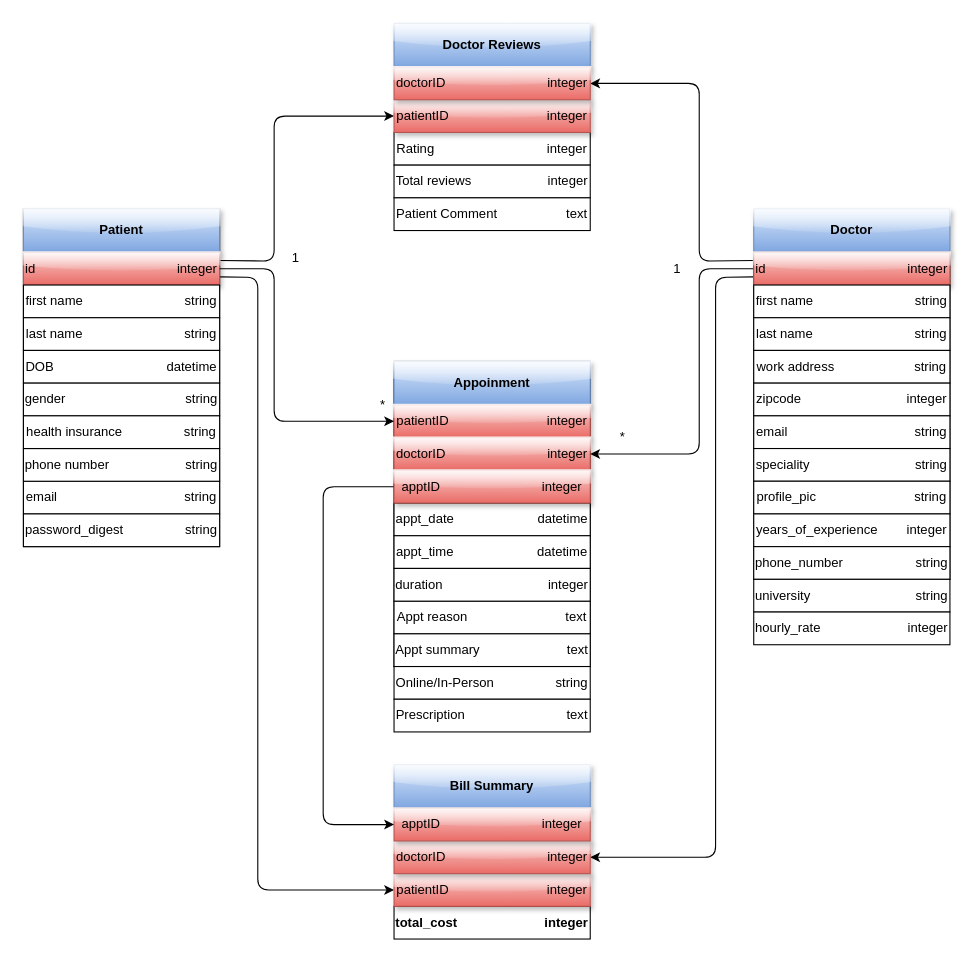
Above: achitecture.drawio in kgicheha/virtual-care (draw.io), before the change. Source tidied: cells renumbered, new cells numbered last; positions are measured from the earlier drawing's top-left corner, leaving out a move shared by most shapes. Both pictures are drawn from the tidied source at 109%, with x=0, y=0 at pixel (23, 23).
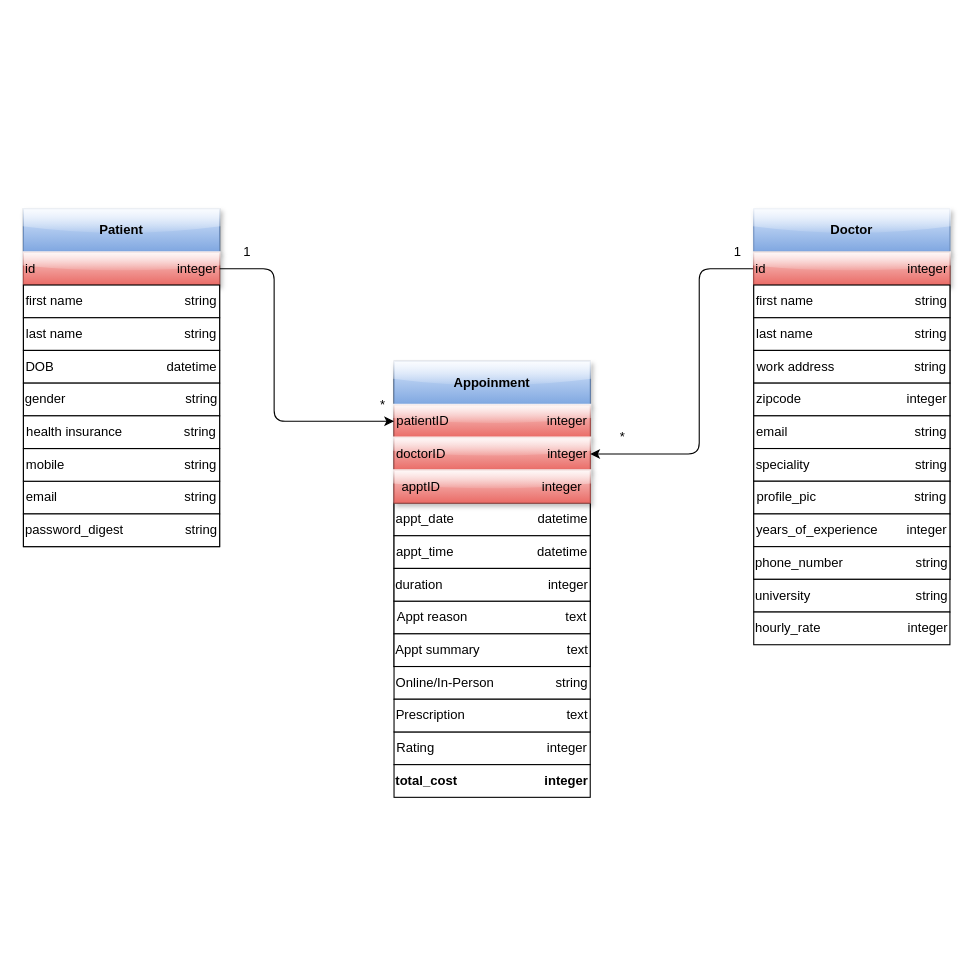
The same page after the edit.

Unchanged cells that the change refers to:
```xml
<mxCell id="6" value="id&amp;nbsp; &amp;nbsp; &amp;nbsp; &amp;nbsp; &amp;nbsp; &amp;nbsp; &amp;nbsp; &amp;nbsp; &amp;nbsp; &amp;nbsp; &amp;nbsp; &amp;nbsp; &amp;nbsp; &amp;nbsp; &amp;nbsp; &amp;nbsp; &amp;nbsp; &amp;nbsp; &amp;nbsp; &amp;nbsp;integer" style="rounded=0;whiteSpace=wrap;html=1;color;red;" parent="1" vertex="1">
  <mxGeometry y="210" width="180" height="30" as="geometry" />
</mxCell>
<mxCell id="25" value="id&amp;nbsp; &amp;nbsp; &amp;nbsp; &amp;nbsp; &amp;nbsp; &amp;nbsp; &amp;nbsp; &amp;nbsp; &amp;nbsp; &amp;nbsp; &amp;nbsp; &amp;nbsp; &amp;nbsp; &amp;nbsp; &amp;nbsp; &amp;nbsp; &amp;nbsp; &amp;nbsp; &amp;nbsp; &amp;nbsp;integer" style="rounded=0;whiteSpace=wrap;html=1;color;red;" parent="1" vertex="1">
  <mxGeometry x="670" y="210" width="180" height="30" as="geometry" />
</mxCell>
<mxCell id="60" value="apptID&amp;nbsp; &amp;nbsp; &amp;nbsp; &amp;nbsp; &amp;nbsp; &amp;nbsp; &amp;nbsp; &amp;nbsp; &amp;nbsp; &amp;nbsp; &amp;nbsp; &amp;nbsp; &amp;nbsp; &amp;nbsp; integer" style="rounded=0;whiteSpace=wrap;html=1;color;red;" parent="1" vertex="1">
  <mxGeometry x="340" y="410" width="180" height="30" as="geometry" />
</mxCell>
```

Diff of the diagram source:
```diff
@@
-    <mxCell id="4" style="edgeStyle=none;html=1;exitX=1;exitY=0.25;exitDx=0;exitDy=0;entryX=0;entryY=0.5;entryDx=0;entryDy=0;" parent="1" edge="1" source="6" target="51">
-      <mxGeometry relative="1" as="geometry">
-        <Array as="points">
-          <mxPoint x="230" y="218" />
-          <mxPoint x="230" y="85" />
-        </Array>
-      </mxGeometry>
-    </mxCell>
-    <mxCell id="5" style="edgeStyle=none;html=1;exitX=1;exitY=0.75;exitDx=0;exitDy=0;entryX=0;entryY=0.5;entryDx=0;entryDy=0;" parent="1" edge="1" source="6" target="56">
-      <mxGeometry relative="1" as="geometry">
-        <Array as="points">
-          <mxPoint x="215" y="233" />
-          <mxPoint x="215" y="795" />
-        </Array>
-      </mxGeometry>
-    </mxCell>
@@
-    <mxCell id="23" style="edgeStyle=none;html=1;exitX=0;exitY=0.25;exitDx=0;exitDy=0;entryX=1;entryY=0.5;entryDx=0;entryDy=0;" parent="1" edge="1" source="25" target="52">
-      <mxGeometry relative="1" as="geometry">
-        <Array as="points">
-          <mxPoint x="620" y="218" />
-          <mxPoint x="620" y="55" />
-        </Array>
-      </mxGeometry>
-    </mxCell>
-    <mxCell id="24" style="edgeStyle=none;html=1;exitX=0;exitY=0.75;exitDx=0;exitDy=0;entryX=1;entryY=0.5;entryDx=0;entryDy=0;" parent="1" edge="1" source="25" target="57">
-      <mxGeometry relative="1" as="geometry">
-        <Array as="points">
-          <mxPoint x="635" y="233" />
-          <mxPoint x="635" y="765" />
-        </Array>
-      </mxGeometry>
-    </mxCell>
@@
     <mxCell id="35" value="Rating&amp;nbsp; &amp;nbsp; &amp;nbsp; &amp;nbsp; &amp;nbsp; &amp;nbsp; &amp;nbsp; &amp;nbsp; &amp;nbsp; &amp;nbsp; &amp;nbsp; &amp;nbsp; &amp;nbsp; &amp;nbsp; &amp;nbsp; &amp;nbsp;integer" style="rounded=0;whiteSpace=wrap;html=1;" parent="1" vertex="1">
-      <mxGeometry x="340" y="100" width="180" height="30" as="geometry" />
+      <mxGeometry x="340" y="650" width="180" height="30" as="geometry" />
     </mxCell>
@@
-    <mxCell id="37" value="phone number&amp;nbsp; &amp;nbsp; &amp;nbsp; &amp;nbsp; &amp;nbsp; &amp;nbsp; &amp;nbsp; &amp;nbsp; &amp;nbsp; &amp;nbsp; &amp;nbsp;string" style="rounded=0;whiteSpace=wrap;html=1;" parent="1" vertex="1">
+    <mxCell id="37" value="mobile&amp;nbsp; &amp;nbsp; &amp;nbsp; &amp;nbsp; &amp;nbsp; &amp;nbsp; &amp;nbsp; &amp;nbsp; &amp;nbsp; &amp;nbsp; &amp;nbsp; &amp;nbsp; &amp;nbsp; &amp;nbsp; &amp;nbsp; &amp;nbsp; &amp;nbsp;string" style="rounded=0;whiteSpace=wrap;html=1;" parent="1" vertex="1">
       <mxGeometry y="390" width="180" height="30" as="geometry" />
     </mxCell>
@@
-    <mxCell id="39" value="Total reviews&amp;nbsp; &amp;nbsp; &amp;nbsp; &amp;nbsp; &amp;nbsp; &amp;nbsp; &amp;nbsp; &amp;nbsp; &amp;nbsp; &amp;nbsp; &amp;nbsp;integer" style="rounded=0;whiteSpace=wrap;html=1;" parent="1" vertex="1">
-      <mxGeometry x="340" y="130" width="180" height="30" as="geometry" />
-    </mxCell>
@@
-    <mxCell id="43" value="1" style="text;html=1;strokeColor=none;fillColor=none;align=center;verticalAlign=middle;whiteSpace=wrap;rounded=0;" parent="1" vertex="1">
-      <mxGeometry x="220" y="200" width="60" height="30" as="geometry" />
-    </mxCell>
-    <mxCell id="44" value="1" style="text;html=1;strokeColor=none;fillColor=none;align=center;verticalAlign=middle;whiteSpace=wrap;rounded=0;" parent="1" vertex="1">
-      <mxGeometry x="570" y="210" width="60" height="30" as="geometry" />
-    </mxCell>
@@
-    <mxCell id="47" value="Patient Comment&amp;nbsp; &amp;nbsp; &amp;nbsp; &amp;nbsp; &amp;nbsp; &amp;nbsp; &amp;nbsp; &amp;nbsp; &amp;nbsp; &amp;nbsp;text" style="rounded=0;whiteSpace=wrap;html=1;" parent="1" vertex="1">
-      <mxGeometry x="340" y="160" width="180" height="30" as="geometry" />
-    </mxCell>
@@
-    <mxCell id="50" value="&lt;b&gt;Doctor Reviews&lt;/b&gt;" style="rounded=0;whiteSpace=wrap;html=1;color;blue;" parent="1" vertex="1">
-      <mxGeometry x="340" width="180" height="40" as="geometry" />
-    </mxCell>
-    <mxCell id="51" value="patientID&amp;nbsp; &amp;nbsp; &amp;nbsp; &amp;nbsp; &amp;nbsp; &amp;nbsp; &amp;nbsp; &amp;nbsp; &amp;nbsp; &amp;nbsp; &amp;nbsp; &amp;nbsp; &amp;nbsp; &amp;nbsp;integer" style="rounded=0;whiteSpace=wrap;html=1;color;red;" parent="1" vertex="1">
-      <mxGeometry x="340" y="70" width="180" height="30" as="geometry" />
-    </mxCell>
-    <mxCell id="52" value="doctorID&amp;nbsp; &amp;nbsp; &amp;nbsp; &amp;nbsp; &amp;nbsp; &amp;nbsp; &amp;nbsp; &amp;nbsp; &amp;nbsp; &amp;nbsp; &amp;nbsp; &amp;nbsp; &amp;nbsp; &amp;nbsp; integer" style="rounded=0;whiteSpace=wrap;html=1;color;red;" parent="1" vertex="1">
-      <mxGeometry x="340" y="40" width="180" height="30" as="geometry" />
-    </mxCell>
     <mxCell id="53" value="&lt;b&gt;total_cost&amp;nbsp; &amp;nbsp; &amp;nbsp; &amp;nbsp; &amp;nbsp; &amp;nbsp; &amp;nbsp; &amp;nbsp; &amp;nbsp; &amp;nbsp; &amp;nbsp; &amp;nbsp; integer&lt;/b&gt;" style="rounded=0;whiteSpace=wrap;html=1;" parent="1" vertex="1">
-      <mxGeometry x="340" y="810" width="180" height="30" as="geometry" />
+      <mxGeometry x="340" y="680" width="180" height="30" as="geometry" />
     </mxCell>
@@
-    <mxCell id="55" value="&lt;b&gt;Bill Summary&lt;/b&gt;" style="rounded=0;whiteSpace=wrap;html=1;color;blue;" parent="1" vertex="1">
-      <mxGeometry x="340" y="680" width="180" height="40" as="geometry" />
-    </mxCell>
-    <mxCell id="56" value="patientID&amp;nbsp; &amp;nbsp; &amp;nbsp; &amp;nbsp; &amp;nbsp; &amp;nbsp; &amp;nbsp; &amp;nbsp; &amp;nbsp; &amp;nbsp; &amp;nbsp; &amp;nbsp; &amp;nbsp; &amp;nbsp;integer" style="rounded=0;whiteSpace=wrap;html=1;color;red;" parent="1" vertex="1">
-      <mxGeometry x="340" y="780" width="180" height="30" as="geometry" />
-    </mxCell>
-    <mxCell id="57" value="doctorID&amp;nbsp; &amp;nbsp; &amp;nbsp; &amp;nbsp; &amp;nbsp; &amp;nbsp; &amp;nbsp; &amp;nbsp; &amp;nbsp; &amp;nbsp; &amp;nbsp; &amp;nbsp; &amp;nbsp; &amp;nbsp; integer" style="rounded=0;whiteSpace=wrap;html=1;color;red;" parent="1" vertex="1">
-      <mxGeometry x="340" y="750" width="180" height="30" as="geometry" />
-    </mxCell>
-    <mxCell id="58" value="apptID&amp;nbsp; &amp;nbsp; &amp;nbsp; &amp;nbsp; &amp;nbsp; &amp;nbsp; &amp;nbsp; &amp;nbsp; &amp;nbsp; &amp;nbsp; &amp;nbsp; &amp;nbsp; &amp;nbsp; &amp;nbsp; integer" style="rounded=0;whiteSpace=wrap;html=1;color;red;" parent="1" vertex="1">
-      <mxGeometry x="340" y="720" width="180" height="30" as="geometry" />
-    </mxCell>
-    <mxCell id="59" style="edgeStyle=none;html=1;exitX=0;exitY=0.5;exitDx=0;exitDy=0;entryX=0;entryY=0.5;entryDx=0;entryDy=0;" parent="1" edge="1" source="60" target="58">
-      <mxGeometry relative="1" as="geometry">
-        <Array as="points">
-          <mxPoint x="275" y="425" />
-          <mxPoint x="275" y="735" />
-        </Array>
-      </mxGeometry>
-    </mxCell>
@@
+    <mxCell id="62" value="1" style="text;html=1;align=center;verticalAlign=middle;strokeColor=none;fillColor=none;" parent="1" vertex="1">
+      <mxGeometry x="645" y="200" width="20" height="20" as="geometry" />
+    </mxCell>
+    <mxCell id="63" value="1" style="text;html=1;align=center;verticalAlign=middle;strokeColor=none;fillColor=none;" parent="1" vertex="1">
+      <mxGeometry x="195" y="200" width="20" height="20" as="geometry" />
+    </mxCell>
```
